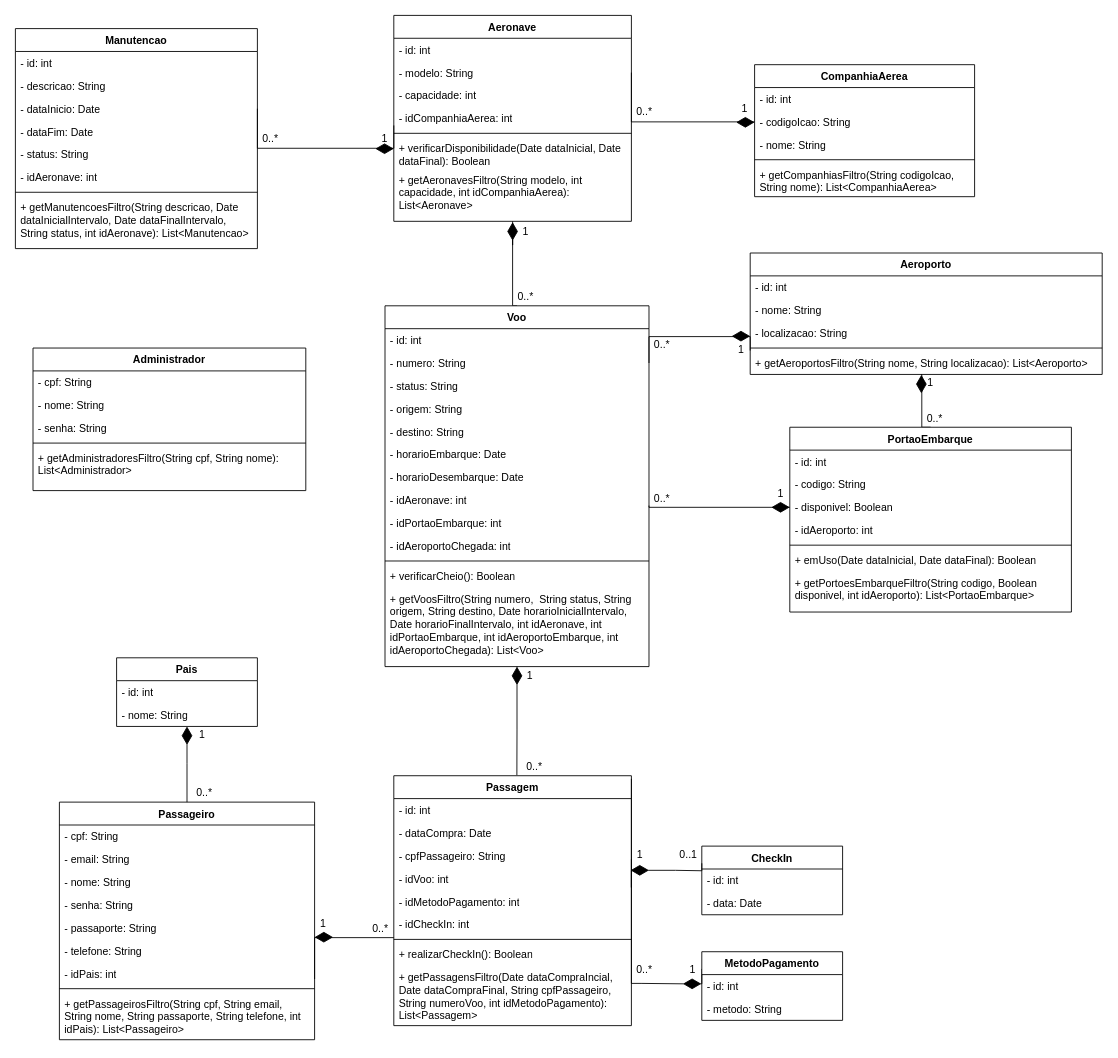
GabrielGMori/trabalho-conclus-o-ano keeps this draw.io diagram as Diagramas/Eng_de_Software/Modelos/Classes.drawio. Above is the earlier version. Source tidied: cells renumbered, new cells numbered last; positions are measured from the earlier drawing's top-left corner, leaving out a move shared by most shapes. Both pictures are drawn from the tidied source at 88%, with x=0, y=0 at pixel (15, 15).
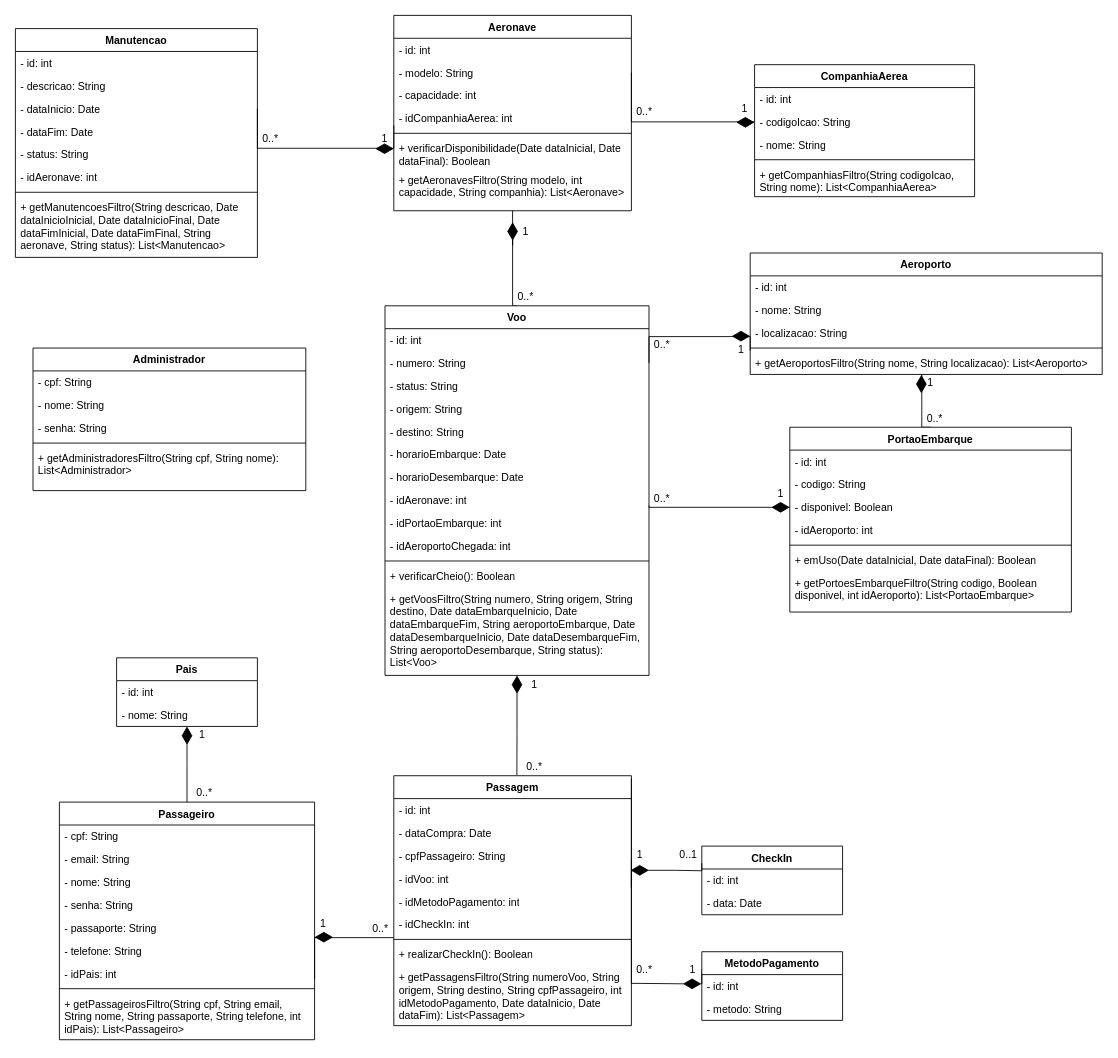
After the change.

Unchanged cells that the change refers to:
```xml
<mxCell id="58" value="Passagem" style="swimlane;fontStyle=1;align=center;verticalAlign=top;horizontal=1;startSize=26;whiteSpace=wrap;html=1;" parent="1" vertex="1">
  <mxGeometry x="430" y="864" width="270" height="284" as="geometry" />
</mxCell>
```

Change to the diagram source:
```diff
@@
     <mxCell id="2" value="Manutencao" style="swimlane;fontStyle=1;align=center;verticalAlign=top;horizontal=1;startSize=26;whiteSpace=wrap;html=1;" parent="1" vertex="1">
-      <mxGeometry y="15" width="275" height="250" as="geometry" />
+      <mxGeometry y="15" width="275" height="260" as="geometry" />
     </mxCell>
@@
-    <mxCell id="10" value="&lt;div&gt;+ &lt;font&gt;getManutencoes&lt;/font&gt;&lt;font&gt;Filtro&lt;/font&gt;(String descricao, Date dataInicialIntervalo, Date dataFinalIntervalo, String status, int idAeronave): List&amp;lt;Manutencao&amp;gt;&lt;/div&gt;" style="text;strokeColor=none;fillColor=none;align=left;verticalAlign=top;spacingLeft=4;spacingRight=4;overflow=hidden;whiteSpace=wrap;html=1;" parent="2" vertex="1">
-      <mxGeometry y="190" width="275" height="60" as="geometry" />
+    <mxCell id="10" value="&lt;div&gt;+ &lt;font&gt;getManutencoes&lt;/font&gt;&lt;font&gt;Filtro&lt;/font&gt;(String descricao, Date dataInicioInicial, Date dataInicioFinal, Date dataFimInicial, Date dataFimFinal, String aeronave, String status): List&amp;lt;Manutencao&amp;gt;&lt;/div&gt;" style="text;strokeColor=none;fillColor=none;align=left;verticalAlign=top;spacingLeft=4;spacingRight=4;overflow=hidden;whiteSpace=wrap;html=1;" parent="2" vertex="1">
+      <mxGeometry y="190" width="275" height="70" as="geometry" />
     </mxCell>
@@
     <mxCell id="12" value="Aeronave" style="swimlane;fontStyle=1;align=center;verticalAlign=top;horizontal=1;startSize=26;whiteSpace=wrap;html=1;" parent="1" vertex="1">
-      <mxGeometry x="430" width="270" height="234" as="geometry" />
+      <mxGeometry x="430" width="270" height="222" as="geometry" />
     </mxCell>
@@
-    <mxCell id="19" value="&lt;div&gt;+ &lt;font&gt;getA&lt;/font&gt;&lt;font&gt;eronavesFiltro&lt;/font&gt;(String modelo, int capacidade, int idCompanhiaAerea): List&amp;lt;Aeronave&amp;gt;&lt;/div&gt;" style="text;strokeColor=none;fillColor=none;align=left;verticalAlign=top;spacingLeft=4;spacingRight=4;overflow=hidden;whiteSpace=wrap;html=1;" parent="12" vertex="1">
-      <mxGeometry y="174" width="270" height="60" as="geometry" />
+    <mxCell id="19" value="&lt;div&gt;+ &lt;font&gt;getA&lt;/font&gt;&lt;font&gt;eronavesFiltro&lt;/font&gt;(String modelo, int capacidade, String companhia): List&amp;lt;Aeronave&amp;gt;&lt;/div&gt;" style="text;strokeColor=none;fillColor=none;align=left;verticalAlign=top;spacingLeft=4;spacingRight=4;overflow=hidden;whiteSpace=wrap;html=1;" parent="12" vertex="1">
+      <mxGeometry y="174" width="270" height="48" as="geometry" />
     </mxCell>
@@
     <mxCell id="28" value="Voo" style="swimlane;fontStyle=1;align=center;verticalAlign=top;horizontal=1;startSize=26;whiteSpace=wrap;html=1;" parent="1" vertex="1">
-      <mxGeometry x="420" y="330" width="300" height="410" as="geometry" />
+      <mxGeometry x="420" y="330" width="300" height="420" as="geometry" />
     </mxCell>
@@
-    <mxCell id="41" value="+ getVoosFiltro(String numero,&amp;nbsp; String status, String origem, String destino, Date horarioInicialIntervalo, Date horarioFinalIntervalo, int idAeronave, int idPortaoEmbarque, int idAeroportoEmbarque, int idAeroportoChegada): List&amp;lt;Voo&amp;gt;" style="text;strokeColor=none;fillColor=none;align=left;verticalAlign=top;spacingLeft=4;spacingRight=4;overflow=hidden;points=[[0,0.5],[1,0.5]];portConstraint=eastwest;whiteSpace=wrap;html=1;" parent="28" vertex="1">
-      <mxGeometry y="320" width="300" height="90" as="geometry" />
+    <mxCell id="41" value="+ getVoosFiltro(String numero, String origem, String destino, Date dataEmbarqueInicio, Date dataEmbarqueFim, String aeroportoEmbarque, Date dataDesembarqueInicio, Date dataDesembarqueFim, String aeroportoDesembarque, String status): List&amp;lt;Voo&amp;gt;" style="text;strokeColor=none;fillColor=none;align=left;verticalAlign=top;spacingLeft=4;spacingRight=4;overflow=hidden;points=[[0,0.5],[1,0.5]];portConstraint=eastwest;whiteSpace=wrap;html=1;" parent="28" vertex="1">
+      <mxGeometry y="320" width="300" height="100" as="geometry" />
     </mxCell>
@@
-    <mxCell id="67" value="+ getPassagensFiltro(Date dataCompraIncial,&amp;nbsp;&amp;nbsp; Date dataCompraFinal, String cpfPassageiro, String numeroVoo, int idMetodoPagamento): List&amp;lt;Passagem&amp;gt;" style="text;strokeColor=none;fillColor=none;align=left;verticalAlign=top;spacingLeft=4;spacingRight=4;overflow=hidden;whiteSpace=wrap;html=1;" parent="58" vertex="1">
+    <mxCell id="67" value="+ getPassagensFiltro(String numeroVoo, String origem, String destino, String cpfPassageiro, int idMetodoPagamento, Date dataInicio, Date dataFim): List&amp;lt;Passagem&amp;gt;" style="text;strokeColor=none;fillColor=none;align=left;verticalAlign=top;spacingLeft=4;spacingRight=4;overflow=hidden;whiteSpace=wrap;html=1;" parent="58" vertex="1">
       <mxGeometry y="216" width="270" height="68" as="geometry" />
     </mxCell>
@@
-    <mxCell id="108" style="edgeStyle=none;html=1;" parent="1" edge="1" source="109" target="41">
-      <mxGeometry relative="1" as="geometry" />
-    </mxCell>
     <mxCell id="109" value="1" style="text;html=1;align=center;verticalAlign=middle;whiteSpace=wrap;rounded=0;" parent="1" vertex="1">
-      <mxGeometry x="575" y="740.5" width="20" height="20" as="geometry" />
+      <mxGeometry x="580" y="751" width="20" height="20" as="geometry" />
     </mxCell>
@@
     <mxCell id="136" style="rhombus;whiteSpace=wrap;html=1;fillColor=#000000;rotation=-90;" parent="1" vertex="1">
-      <mxGeometry x="560.5" y="745" width="19" height="11" as="geometry" />
+      <mxGeometry x="560.5" y="755" width="19" height="11" as="geometry" />
     </mxCell>
```
